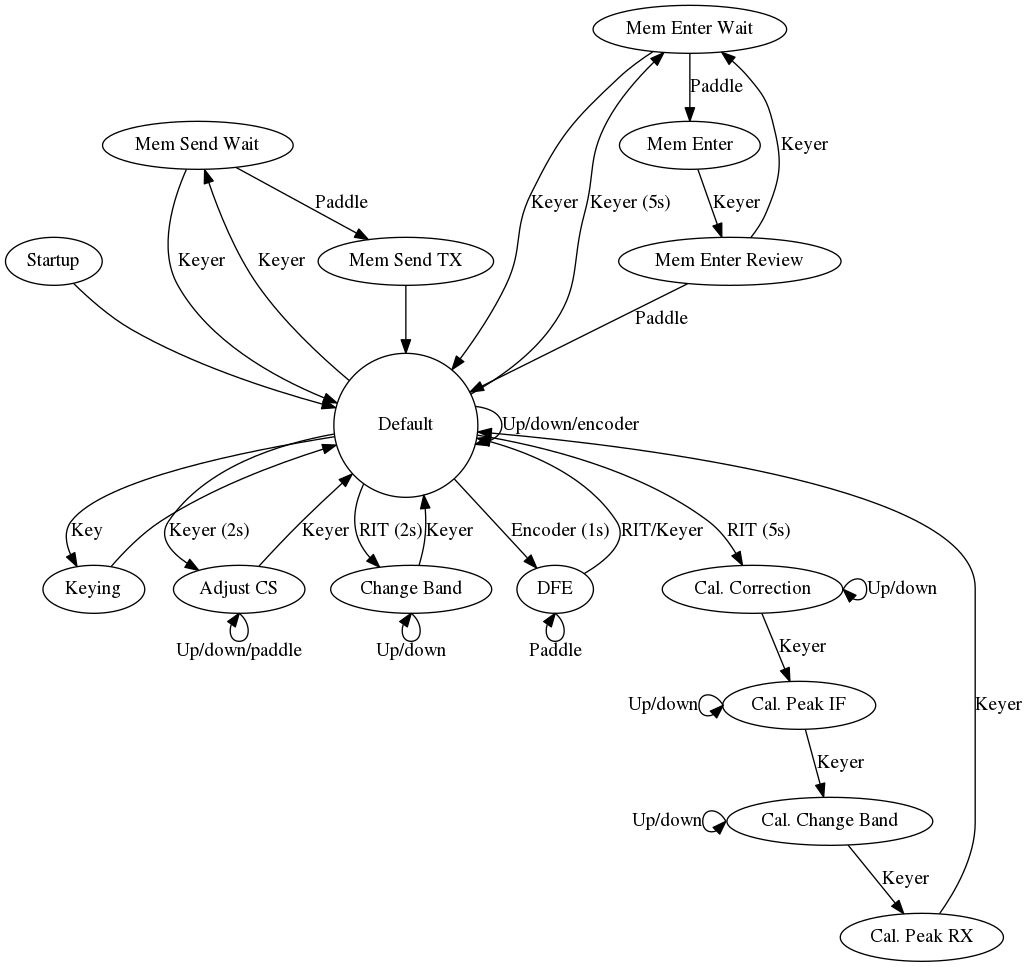
The Graphviz diagram README/states.png in camilstaps/SODA-POP-source, before a commit. Its source is kept beside it as README/states.dot.
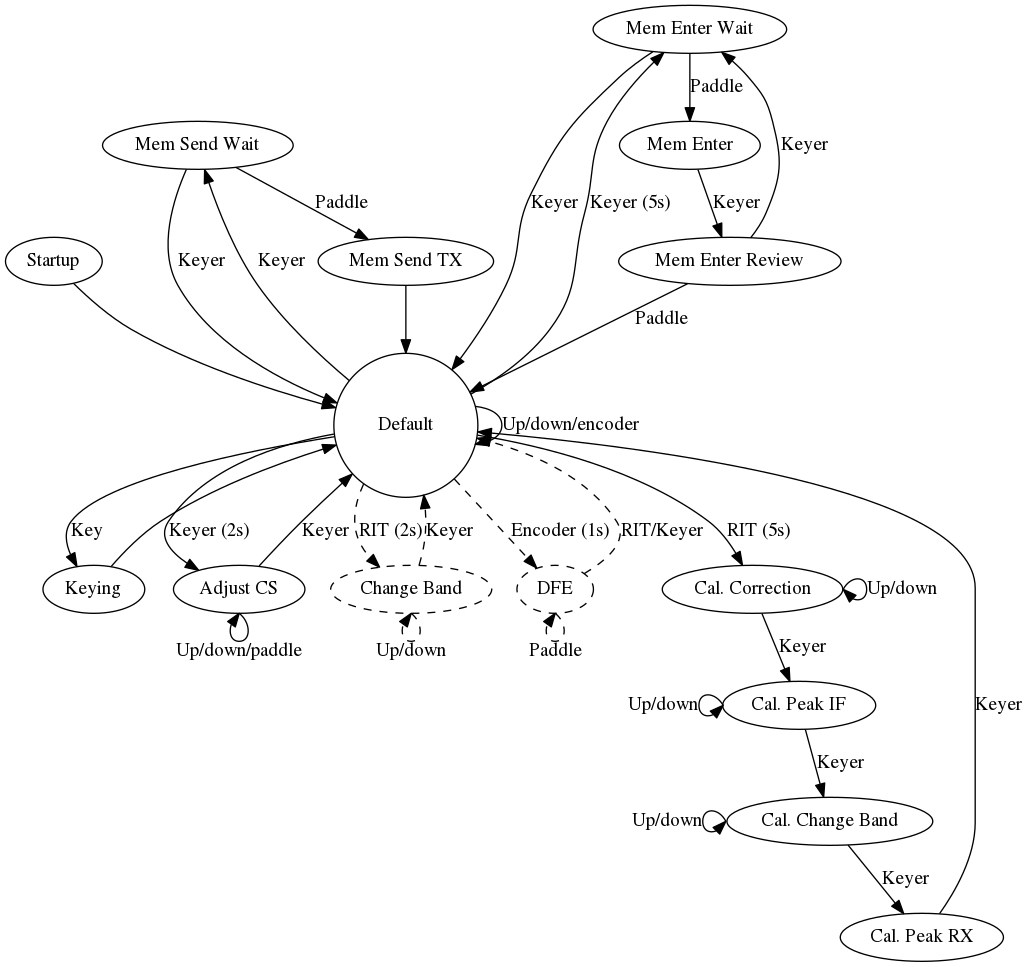
Above is the later version.

Change to the diagram source:
```diff
@@ -1,19 +1,19 @@
 digraph {
-	startup[label="Startup"];
-	default[label="Default", width=1.5, height=1.5];
-	keying[label="Keying"];
-	adjust_cs[label="Adjust CS"];
-	change_band[label="Change Band"];
-	dfe[label="DFE"];
-	mem_send_wait[label="Mem Send Wait"];
-	mem_send_tx[label="Mem Send TX"];
-	mem_enter_wait[label="Mem Enter Wait"];
-	mem_enter[label="Mem Enter"];
-	mem_enter_review[label="Mem Enter Review"];
-	cal_correction[label="Cal. Correction"];
-	cal_peak_if[label="Cal. Peak IF"];
-	cal_change_band[label="Cal. Change Band"];
-	cal_peak_rx[label="Cal. Peak RX"];
+	startup [label="Startup"];
+	default [label="Default", width=1.5, height=1.5];
+	keying [label="Keying"];
+	adjust_cs [label="Adjust CS"];
+	change_band [label="Change Band", style="dashed"];
+	dfe [label="DFE", style="dashed"];
+	mem_send_wait [label="Mem Send Wait"];
+	mem_send_tx [label="Mem Send TX"];
+	mem_enter_wait [label="Mem Enter Wait"];
+	mem_enter [label="Mem Enter"];
+	mem_enter_review [label="Mem Enter Review"];
+	cal_correction [label="Cal. Correction"];
+	cal_peak_if [label="Cal. Peak IF"];
+	cal_change_band [label="Cal. Change Band"];
+	cal_peak_rx [label="Cal. Peak RX"];
 
 	startup -> default;
 
@@ -26,13 +26,13 @@
 	adjust_cs:s -> adjust_cs:s [label="Up/down/paddle"];
 	adjust_cs -> default [label="Keyer"];
 
-	default -> change_band [label="RIT (2s)"];
-	change_band:s -> change_band:s [label="Up/down"];
-	change_band -> default [label="Keyer"];
+	default -> change_band [label="RIT (2s)", style="dashed"];
+	change_band:s -> change_band:s [label="Up/down", style="dashed"];
+	change_band -> default [label="Keyer", style="dashed"];
 
-	default -> dfe [label="Encoder (1s)"];
-	dfe:s -> dfe:s [label="Paddle"];
-	dfe -> default [label="RIT/Keyer"];
+	default -> dfe [label="Encoder (1s)", style="dashed"];
+	dfe:s -> dfe:s [label="Paddle", style="dashed"];
+	dfe -> default [label="RIT/Keyer", style="dashed"];
 
 	default -> mem_send_wait [label="Keyer", constraint=false];
 	mem_send_wait -> default [label="Keyer"];
```
